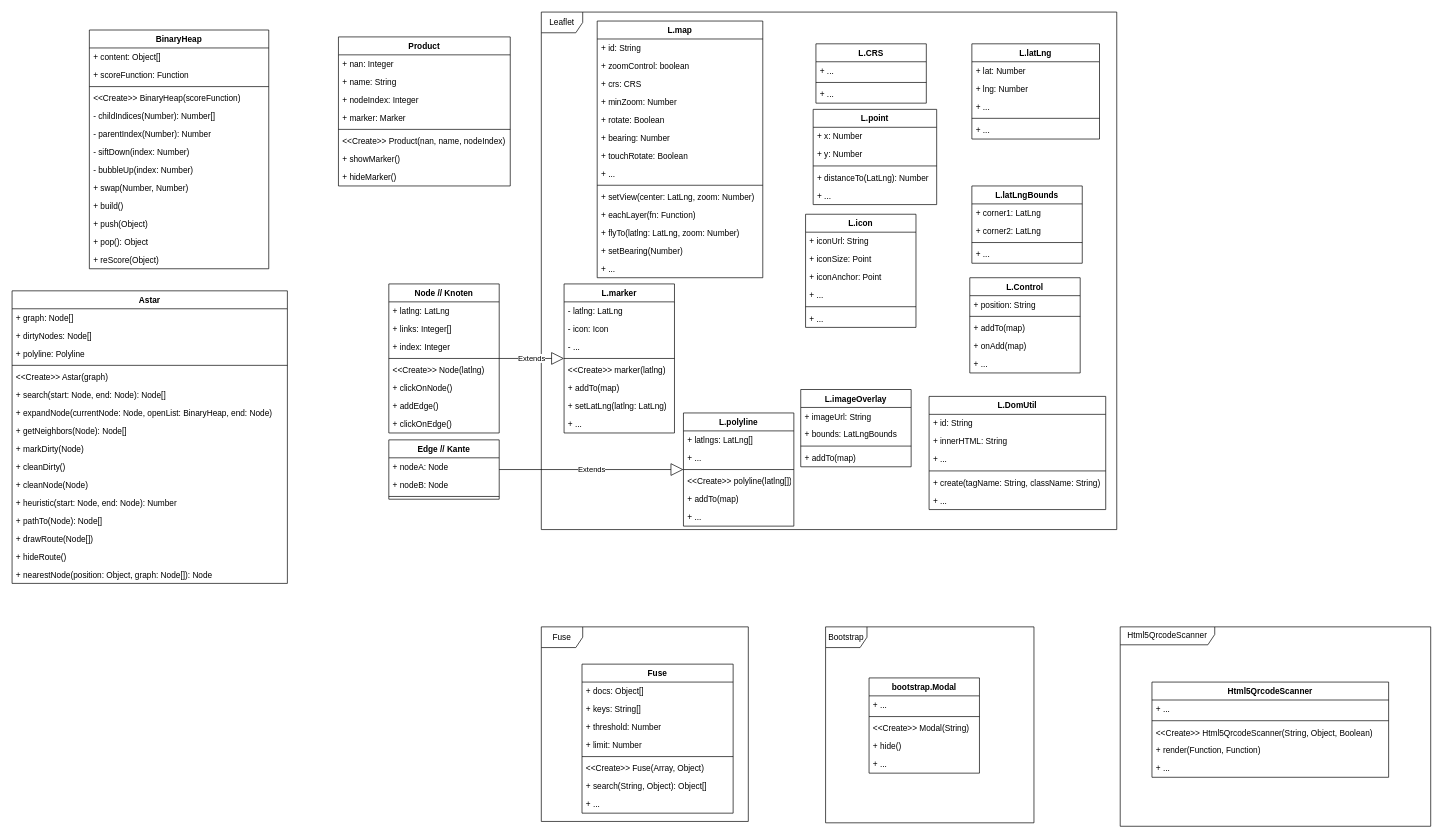
Before: drawio/klassen.drawio in danielgilbers/indoor-navigation, a draw.io diagram. Source tidied: cells renumbered, new cells numbered last; positions are measured from the earlier drawing's top-left corner, leaving out a move shared by most shapes. Both pictures are drawn from the tidied source at 69%, with x=0, y=0 at pixel (12, 12).
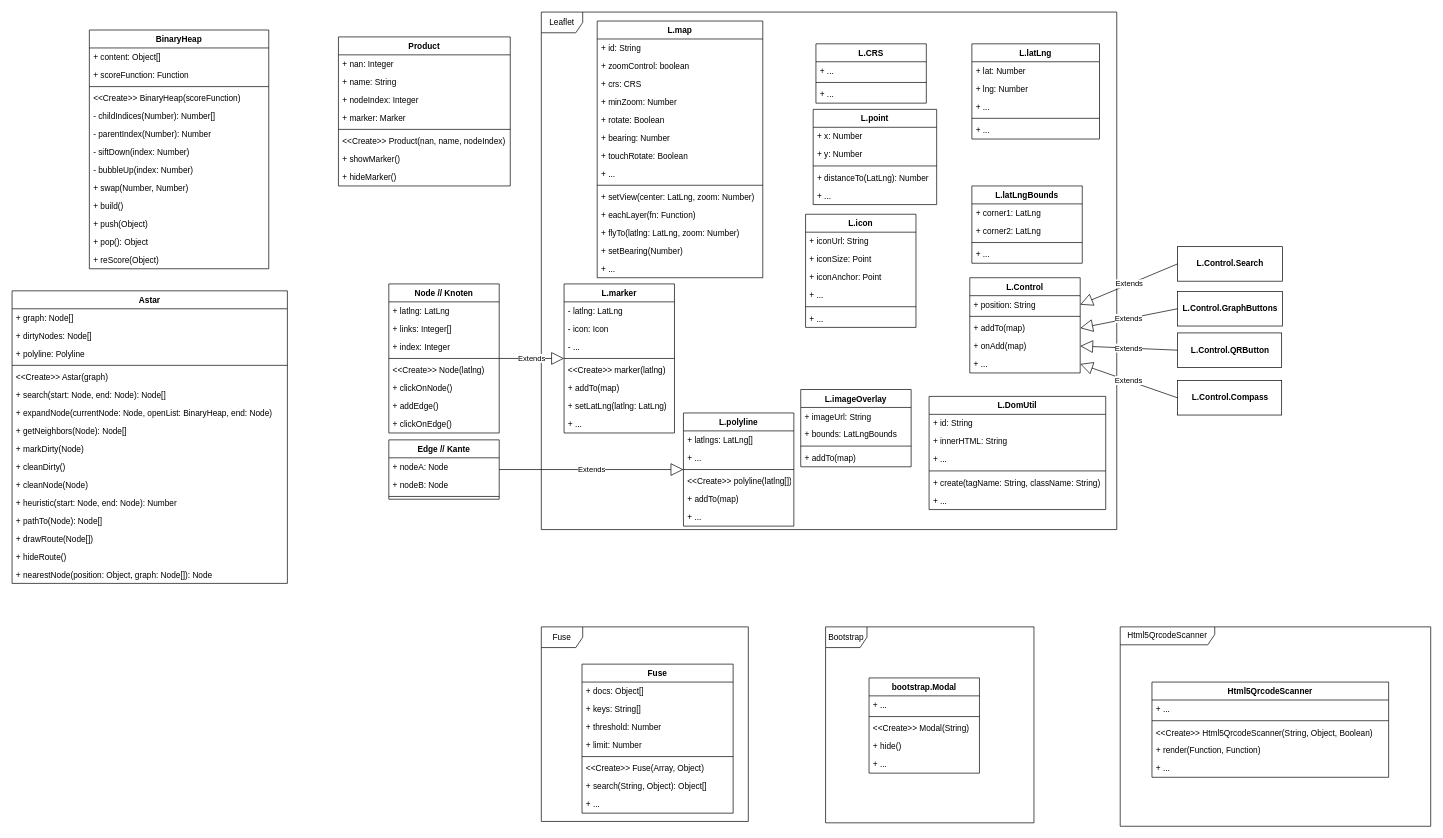
The same page after the edit.

The change refers to these unchanged cells:
```xml
<mxCell id="86" value="+ position: String" style="text;strokeColor=none;fillColor=none;align=left;verticalAlign=top;spacingLeft=4;spacingRight=4;overflow=hidden;points=[[0,0.5],[1,0.5]];portConstraint=eastwest;" parent="85" vertex="1">
  <mxGeometry y="26" width="160" height="26" as="geometry" />
</mxCell>
<mxCell id="88" value="+ addTo(map)" style="text;strokeColor=none;fillColor=none;align=left;verticalAlign=top;spacingLeft=4;spacingRight=4;overflow=hidden;points=[[0,0.5],[1,0.5]];portConstraint=eastwest;" parent="85" vertex="1">
  <mxGeometry y="60" width="160" height="26" as="geometry" />
</mxCell>
<mxCell id="89" value="+ onAdd(map)" style="text;strokeColor=none;fillColor=none;align=left;verticalAlign=top;spacingLeft=4;spacingRight=4;overflow=hidden;points=[[0,0.5],[1,0.5]];portConstraint=eastwest;" parent="85" vertex="1">
  <mxGeometry y="86" width="160" height="26" as="geometry" />
</mxCell>
<mxCell id="90" value="+ ..." style="text;strokeColor=none;fillColor=none;align=left;verticalAlign=top;spacingLeft=4;spacingRight=4;overflow=hidden;points=[[0,0.5],[1,0.5]];portConstraint=eastwest;" parent="85" vertex="1">
  <mxGeometry y="112" width="160" height="26" as="geometry" />
</mxCell>
```

What changed in the source:
```diff
@@
+    <mxCell id="159" value="&lt;b&gt;L.Control.Search&lt;/b&gt;" style="html=1;" parent="1" vertex="1">
+      <mxGeometry x="1689" y="340" width="152" height="50" as="geometry" />
+    </mxCell>
+    <mxCell id="160" value="&lt;b&gt;L.Control.QRButton&lt;/b&gt;" style="html=1;" parent="1" vertex="1">
+      <mxGeometry x="1689" y="465" width="151" height="50" as="geometry" />
+    </mxCell>
+    <mxCell id="161" value="&lt;b&gt;L.Control.Compass&lt;/b&gt;" style="html=1;" parent="1" vertex="1">
+      <mxGeometry x="1689" y="534" width="151" height="50" as="geometry" />
+    </mxCell>
+    <mxCell id="162" value="&lt;b&gt;L.Control.GraphButtons&lt;/b&gt;" style="html=1;" parent="1" vertex="1">
+      <mxGeometry x="1689" y="405" width="152" height="50" as="geometry" />
+    </mxCell>
+    <mxCell id="163" value="Extends" style="endArrow=block;endSize=16;endFill=0;html=1;entryX=1;entryY=0.5;entryDx=0;entryDy=0;exitX=0;exitY=0.5;exitDx=0;exitDy=0;" parent="1" edge="1" source="159" target="86">
+      <mxGeometry relative="1" as="geometry" />
+    </mxCell>
+    <mxCell id="164" value="Extends" style="endArrow=block;endSize=16;endFill=0;html=1;entryX=1;entryY=0.5;entryDx=0;entryDy=0;exitX=0;exitY=0.5;exitDx=0;exitDy=0;" parent="1" edge="1" source="162" target="88">
+      <mxGeometry relative="1" as="geometry" />
+    </mxCell>
+    <mxCell id="165" value="Extends" style="endArrow=block;endSize=16;endFill=0;html=1;entryX=1;entryY=0.5;entryDx=0;entryDy=0;exitX=0;exitY=0.5;exitDx=0;exitDy=0;" parent="1" edge="1" source="160" target="89">
+      <mxGeometry relative="1" as="geometry" />
+    </mxCell>
+    <mxCell id="166" value="Extends" style="endArrow=block;endSize=16;endFill=0;html=1;exitX=0;exitY=0.5;exitDx=0;exitDy=0;entryX=1;entryY=0.5;entryDx=0;entryDy=0;" parent="1" edge="1" source="161" target="90">
+      <mxGeometry relative="1" as="geometry" />
+    </mxCell>
```
